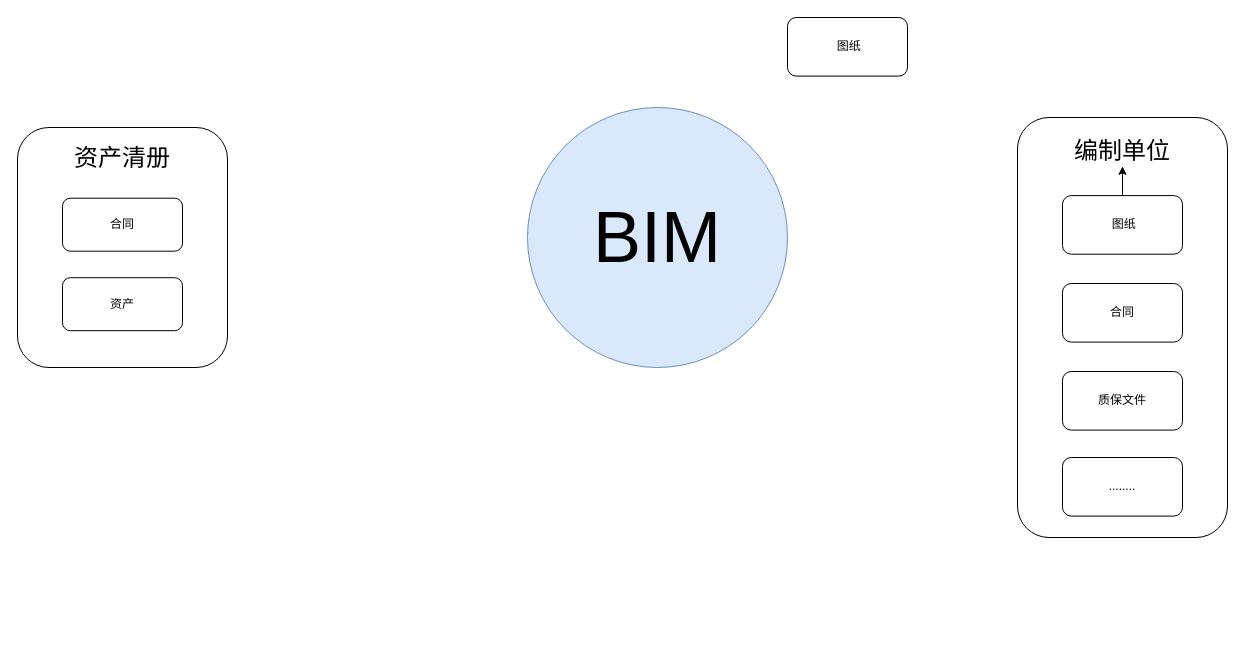
This is 未命名绘图.drawio from shishisana/image, a draw.io file, before an edit. Source tidied: cells renumbered, new cells numbered last; positions are measured from the earlier drawing's top-left corner, leaving out a move shared by most shapes. Both pictures are drawn from the tidied source at 100%, with x=0, y=0 at pixel (17, 17).
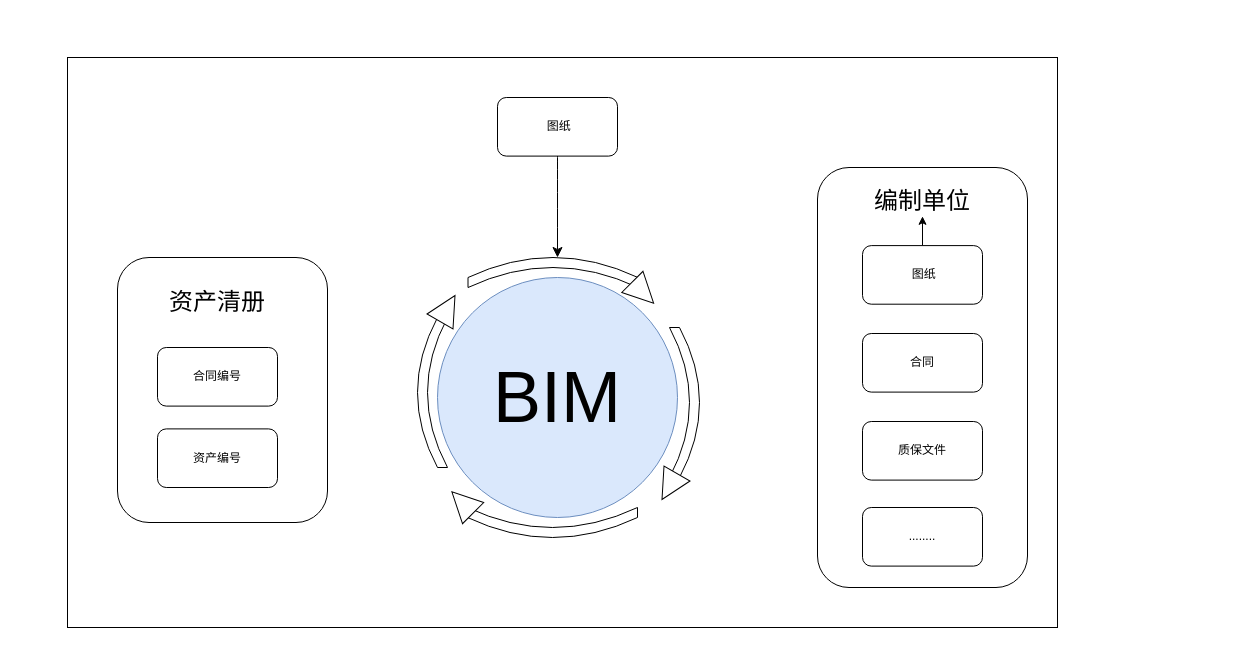
Above is the later version.

Commit message:
更新未命名绘图.drawio

Diff of the diagram source:
```diff
@@
+    <mxCell id="17" style="rounded=0;whiteSpace=wrap;html=1;fontSize=16;" parent="1" vertex="1">
+      <mxGeometry x="50" y="40" width="990" height="570" as="geometry" />
+    </mxCell>
     <mxCell id="2" value="&lt;font style=&quot;font-size: 72px;&quot;&gt;BIM&lt;/font&gt;" style="ellipse;whiteSpace=wrap;html=1;fillColor=#dae8fc;strokeColor=#6c8ebf;" parent="1" vertex="1">
-      <mxGeometry x="510" y="90" width="260" height="260" as="geometry" />
+      <mxGeometry x="420" y="260" width="240" height="240" as="geometry" />
     </mxCell>
     <mxCell id="3" style="group;" parent="1" vertex="1">
-      <mxGeometry x="1000" y="100" width="210" height="420" as="geometry" />
+      <mxGeometry x="800" y="150" width="210" height="420" as="geometry" />
     </mxCell>
@@
+    <mxCell id="18" style="edgeStyle=none;curved=1;rounded=0;jettySize=auto;html=1;fontSize=12;startSize=8;endSize=8;" parent="1" edge="1" source="11">
+      <mxGeometry relative="1" as="geometry">
+        <mxPoint x="540" y="240" as="targetPoint" />
+      </mxGeometry>
+    </mxCell>
     <mxCell id="11" value="&amp;nbsp;图纸" style="rounded=1;whiteSpace=wrap;html=1;" parent="1" vertex="1">
-      <mxGeometry x="770" width="120" height="58.6" as="geometry" />
+      <mxGeometry x="480" y="80" width="120" height="58.6" as="geometry" />
     </mxCell>
-    <mxCell id="12" style="group;" parent="1" vertex="1">
-      <mxGeometry y="110" width="250" height="489" as="geometry" />
-    </mxCell>
+    <mxCell id="19" style="group;" parent="1" vertex="1">
+      <mxGeometry x="400" y="270.5" width="50.5" height="179.5" as="geometry" />
+    </mxCell>
+    <mxCell id="20" style="shape=dataStorage;whiteSpace=wrap;html=1;fixedSize=1;" parent="19" vertex="1">
+      <mxGeometry y="29.5" width="30" height="150" as="geometry" />
+    </mxCell>
+    <mxCell id="21" style="triangle;whiteSpace=wrap;html=1;rotation=-60;" parent="19" vertex="1">
+      <mxGeometry x="15" y="5.5" width="30" height="30" as="geometry" />
+    </mxCell>
+    <mxCell id="22" style="group;rotation=-180;" parent="1" vertex="1">
+      <mxGeometry x="632" y="310" width="50.5" height="179.5" as="geometry" />
+    </mxCell>
+    <mxCell id="23" style="shape=dataStorage;whiteSpace=wrap;html=1;fixedSize=1;rotation=-180;" parent="22" vertex="1">
+      <mxGeometry x="20" width="30" height="150" as="geometry" />
+    </mxCell>
+    <mxCell id="24" style="triangle;whiteSpace=wrap;html=1;rotation=-240;" parent="22" vertex="1">
+      <mxGeometry x="5" y="144" width="30" height="30" as="geometry" />
+    </mxCell>
+    <mxCell id="25" style="group;" parent="1" vertex="1">
+      <mxGeometry x="423.8" y="463.8" width="196.2" height="56.2" as="geometry" />
+    </mxCell>
+    <mxCell id="26" style="shape=dataStorage;whiteSpace=wrap;html=1;fixedSize=1;rotation=-90;" parent="25" vertex="1">
+      <mxGeometry x="96.2" y="-43.8" width="30" height="170" as="geometry" />
+    </mxCell>
+    <mxCell id="27" style="triangle;whiteSpace=wrap;html=1;rotation=45;direction=west;" parent="25" vertex="1">
+      <mxGeometry x="6.2" y="6.2" width="30" height="30" as="geometry" />
+    </mxCell>
+    <mxCell id="28" style="group;rotation=-180;" parent="1" vertex="1">
+      <mxGeometry x="450.5" y="240" width="196.2" height="56.2" as="geometry" />
+    </mxCell>
+    <mxCell id="29" style="shape=dataStorage;whiteSpace=wrap;html=1;fixedSize=1;rotation=-270;" parent="28" vertex="1">
+      <mxGeometry x="70" y="-70" width="30" height="170" as="geometry" />
+    </mxCell>
+    <mxCell id="30" style="triangle;whiteSpace=wrap;html=1;rotation=-135;direction=west;" parent="28" vertex="1">
+      <mxGeometry x="160" y="20" width="30" height="30" as="geometry" />
+    </mxCell>
+    <mxCell id="31" style="group;" parent="1" vertex="1">
+      <mxGeometry x="100" y="240" width="210" height="265" as="geometry" />
+    </mxCell>
-    <mxCell id="13" style="rounded=1;whiteSpace=wrap;html=1;" parent="12" vertex="1">
-      <mxGeometry width="210" height="240" as="geometry" />
+    <mxCell id="13" style="rounded=1;whiteSpace=wrap;html=1;" parent="31" vertex="1">
+      <mxGeometry width="210" height="265" as="geometry" />
     </mxCell>
+    <mxCell id="16" value="&lt;span style=&quot;font-size: 24px;&quot;&gt;资产清册&lt;/span&gt;" style="text;strokeColor=none;align=center;fillColor=none;html=1;verticalAlign=middle;whiteSpace=wrap;rounded=0;" parent="31" vertex="1">
+      <mxGeometry x="50" y="30" width="100" height="29.3" as="geometry" />
+    </mxCell>
-    <mxCell id="14" value="合同" style="rounded=1;whiteSpace=wrap;html=1;" parent="12" vertex="1">
-      <mxGeometry x="45" y="70.7" width="120" height="53" as="geometry" />
+    <mxCell id="14" value="合同编号" style="rounded=1;whiteSpace=wrap;html=1;" parent="31" vertex="1">
+      <mxGeometry x="40" y="90" width="120" height="58.6" as="geometry" />
     </mxCell>
-    <mxCell id="15" value="资产" style="rounded=1;whiteSpace=wrap;html=1;" parent="12" vertex="1">
-      <mxGeometry x="45" y="150.2" width="120" height="53" as="geometry" />
+    <mxCell id="15" value="资产编号" style="rounded=1;whiteSpace=wrap;html=1;" parent="31" vertex="1">
+      <mxGeometry x="40" y="171.4" width="120" height="58.6" as="geometry" />
     </mxCell>
-    <mxCell id="16" value="&lt;span style=&quot;font-size: 24px;&quot;&gt;资产清册&lt;/span&gt;" style="text;strokeColor=none;align=center;fillColor=none;html=1;verticalAlign=middle;whiteSpace=wrap;rounded=0;" parent="12" vertex="1">
-      <mxGeometry x="55" y="17.7" width="100" height="26.5" as="geometry" />
-    </mxCell>
```
